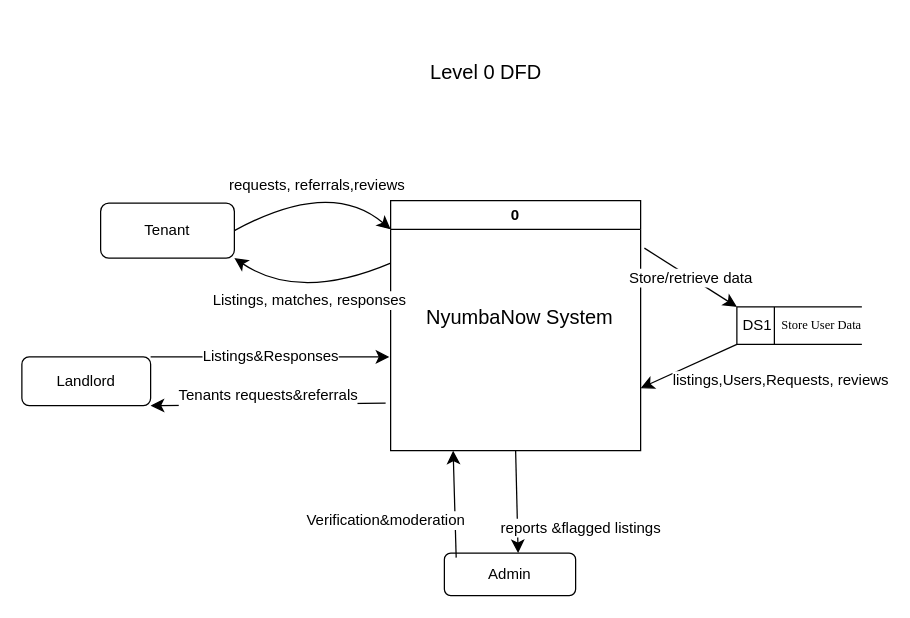
This is page "Page-5" (5 of 8) of NyumbaNow.drawio from Maygreat-A/PROJECT-NyumbaNow-, a draw.io file, before an edit. Source tidied: cells renumbered, new cells numbered last; positions are measured from the earlier drawing's top-left corner, leaving out a move shared by most shapes. Both pictures are drawn from the tidied source at 125%, with x=0, y=0 at pixel (21, 52).
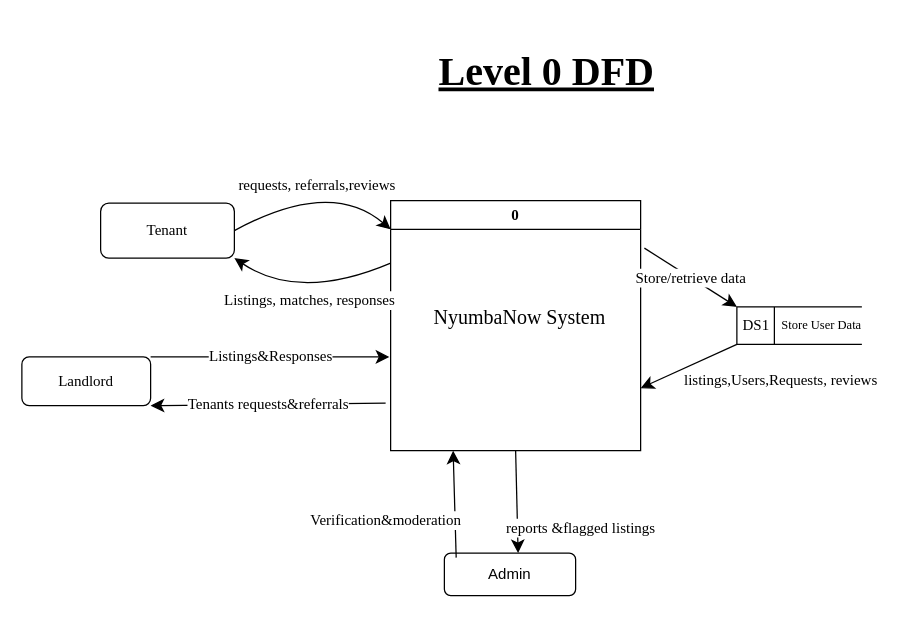
The same page after the edit.

The change refers to these unchanged cells:
```xml
<mxCell id="7" value="Admin" style="rounded=1;whiteSpace=wrap;html=1;" parent="1" vertex="1">
  <mxGeometry x="338" y="400" width="105" height="34" as="geometry" />
</mxCell>
```

Diff of the diagram source:
```diff
@@
-    <mxCell id="2" value="Listings&amp;amp;Responses" style="endArrow=classic;html=1;rounded=0;fontSize=12;startSize=8;endSize=8;curved=1;exitX=1;exitY=0;exitDx=0;exitDy=0;" parent="1" edge="1" source="6">
+    <mxCell id="2" value="&lt;font face=&quot;Times New Roman&quot;&gt;Listings&amp;amp;Responses&lt;/font&gt;" style="endArrow=classic;html=1;rounded=0;fontSize=12;startSize=8;endSize=8;curved=1;exitX=1;exitY=0;exitDx=0;exitDy=0;" parent="1" edge="1" source="6">
       <mxGeometry relative="1" as="geometry">
         <mxPoint x="294" y="243" as="targetPoint" />
       </mxGeometry>
     </mxCell>
-    <mxCell id="3" value="0" style="swimlane;whiteSpace=wrap;html=1;" parent="1" vertex="1">
+    <mxCell id="3" value="&lt;font face=&quot;Times New Roman&quot;&gt;0&lt;/font&gt;" style="swimlane;whiteSpace=wrap;html=1;" parent="1" vertex="1">
       <mxGeometry x="295" y="118" width="200" height="200" as="geometry" />
     </mxCell>
-    <mxCell id="4" value="NyumbaNow System" style="text;html=1;align=center;verticalAlign=middle;strokeColor=none;fillColor=none;fontSize=16;" parent="3" vertex="1">
-      <mxGeometry x="19" y="77" width="167" height="31" as="geometry" />
+    <mxCell id="4" value="&lt;font face=&quot;Times New Roman&quot;&gt;NyumbaNow System&lt;/font&gt;" style="text;html=1;align=center;verticalAlign=middle;strokeColor=none;fillColor=none;fontSize=16;" parent="3" vertex="1">
+      <mxGeometry x="25" y="77" width="155" height="31" as="geometry" />
     </mxCell>
-    <mxCell id="5" value="Tenant" style="rounded=1;whiteSpace=wrap;html=1;" parent="1" vertex="1">
+    <mxCell id="5" value="&lt;font face=&quot;Times New Roman&quot;&gt;Tenant&lt;/font&gt;" style="rounded=1;whiteSpace=wrap;html=1;" parent="1" vertex="1">
       <mxGeometry x="63" y="120" width="107" height="44" as="geometry" />
     </mxCell>
-    <mxCell id="6" value="Landlord" style="rounded=1;whiteSpace=wrap;html=1;" parent="1" vertex="1">
+    <mxCell id="6" value="&lt;font face=&quot;Times New Roman&quot;&gt;Landlord&lt;/font&gt;" style="rounded=1;whiteSpace=wrap;html=1;" parent="1" vertex="1">
       <mxGeometry y="243" width="103" height="39" as="geometry" />
     </mxCell>
@@
-    <mxCell id="8" value="DS1" style="html=1;dashed=0;whiteSpace=wrap;shape=mxgraph.dfd.dataStoreID;align=left;spacingLeft=3;points=[[0,0],[0.5,0],[1,0],[0,0.5],[1,0.5],[0,1],[0.5,1],[1,1]];" parent="1" vertex="1">
+    <mxCell id="8" value="&lt;font face=&quot;Times New Roman&quot;&gt;DS1&lt;/font&gt;" style="html=1;dashed=0;whiteSpace=wrap;shape=mxgraph.dfd.dataStoreID;align=left;spacingLeft=3;points=[[0,0],[0.5,0],[1,0],[0,0.5],[1,0.5],[0,1],[0.5,1],[1,1]];" parent="1" vertex="1">
       <mxGeometry x="572" y="203" width="100" height="30" as="geometry" />
     </mxCell>
-    <mxCell id="9" value="requests, referrals,reviews" style="endArrow=classic;html=1;rounded=0;fontSize=12;startSize=8;endSize=8;curved=1;exitX=1;exitY=0.5;exitDx=0;exitDy=0;entryX=0;entryY=0.115;entryDx=0;entryDy=0;entryPerimeter=0;" parent="1" edge="1" source="5" target="3">
+    <mxCell id="9" value="&lt;font face=&quot;Times New Roman&quot;&gt;requests, referrals,reviews&lt;/font&gt;" style="endArrow=classic;html=1;rounded=0;fontSize=12;startSize=8;endSize=8;curved=1;exitX=1;exitY=0.5;exitDx=0;exitDy=0;entryX=0;entryY=0.115;entryDx=0;entryDy=0;entryPerimeter=0;" parent="1" edge="1" source="5" target="3">
       <mxGeometry relative="1" as="geometry">
         <Array as="points">
           <mxPoint x="247" y="100" />
         </Array>
       </mxGeometry>
     </mxCell>
-    <mxCell id="10" value="Listings, matches, responses" style="endArrow=classic;html=1;rounded=0;fontSize=12;startSize=8;endSize=8;curved=1;entryX=1;entryY=1;entryDx=0;entryDy=0;exitX=0;exitY=0.25;exitDx=0;exitDy=0;" parent="1" edge="1" source="3" target="5">
+    <mxCell id="10" value="&lt;font face=&quot;Times New Roman&quot;&gt;Listings, matches, responses&lt;/font&gt;" style="endArrow=classic;html=1;rounded=0;fontSize=12;startSize=8;endSize=8;curved=1;entryX=1;entryY=1;entryDx=0;entryDy=0;exitX=0;exitY=0.25;exitDx=0;exitDy=0;" parent="1" edge="1" source="3" target="5">
       <mxGeometry y="2" relative="1" as="geometry">
         <Array as="points">
           <mxPoint x="222" y="199" />
         </Array>
       </mxGeometry>
     </mxCell>
-    <mxCell id="11" value="&#10;Tenants requests&amp;amp;referrals&#10;&#10;" style="endArrow=classic;html=1;rounded=0;fontSize=12;startSize=8;endSize=8;curved=1;entryX=1;entryY=1;entryDx=0;entryDy=0;" parent="1" edge="1" target="6">
+    <mxCell id="11" value="&lt;font face=&quot;Times New Roman&quot;&gt;&lt;br&gt;Tenants requests&amp;amp;referrals&lt;br&gt;&lt;br&gt;&lt;/font&gt;" style="endArrow=classic;html=1;rounded=0;fontSize=12;startSize=8;endSize=8;curved=1;entryX=1;entryY=1;entryDx=0;entryDy=0;" parent="1" edge="1" target="6">
       <mxGeometry relative="1" as="geometry">
         <mxPoint x="291" y="280" as="sourcePoint" />
       </mxGeometry>
     </mxCell>
-    <mxCell id="12" value="Verification&amp;amp;moderation" style="endArrow=classic;html=1;rounded=0;fontSize=12;startSize=8;endSize=8;curved=1;exitX=0.09;exitY=0.106;exitDx=0;exitDy=0;exitPerimeter=0;" parent="1" edge="1" source="7">
+    <mxCell id="12" value="&lt;font face=&quot;Times New Roman&quot;&gt;Verification&amp;amp;moderation&lt;/font&gt;" style="endArrow=classic;html=1;rounded=0;fontSize=12;startSize=8;endSize=8;curved=1;exitX=0.09;exitY=0.106;exitDx=0;exitDy=0;exitPerimeter=0;" parent="1" edge="1" source="7">
       <mxGeometry x="-0.27" y="56" relative="1" as="geometry">
         <mxPoint x="345" y="318" as="targetPoint" />
       </mxGeometry>
     </mxCell>
-    <mxCell id="13" value="reports &amp;amp;flagged listings" style="endArrow=classic;html=1;rounded=0;fontSize=12;startSize=8;endSize=8;curved=1;exitX=0.5;exitY=1;exitDx=0;exitDy=0;" parent="1" edge="1" source="3">
+    <mxCell id="13" value="&lt;font face=&quot;Times New Roman&quot;&gt;reports &amp;amp;flagged listings&lt;/font&gt;" style="endArrow=classic;html=1;rounded=0;fontSize=12;startSize=8;endSize=8;curved=1;exitX=0.5;exitY=1;exitDx=0;exitDy=0;" parent="1" edge="1" source="3">
       <mxGeometry x="0.54" y="50" relative="1" as="geometry">
         <mxPoint x="397" y="400" as="targetPoint" />
       </mxGeometry>
     </mxCell>
-    <mxCell id="14" value="Store/retrieve data" style="endArrow=classic;html=1;rounded=0;fontSize=12;startSize=8;endSize=8;curved=1;entryX=0;entryY=0;entryDx=0;entryDy=0;" parent="1" edge="1" target="8">
+    <mxCell id="14" value="&lt;font face=&quot;Times New Roman&quot;&gt;Store/retrieve data&lt;/font&gt;" style="endArrow=classic;html=1;rounded=0;fontSize=12;startSize=8;endSize=8;curved=1;entryX=0;entryY=0;entryDx=0;entryDy=0;" parent="1" edge="1" target="8">
       <mxGeometry relative="1" as="geometry">
         <mxPoint x="498" y="156" as="sourcePoint" />
       </mxGeometry>
     </mxCell>
-    <mxCell id="15" value="listings,Users,Requests, reviews" style="endArrow=classic;html=1;rounded=0;fontSize=12;startSize=8;endSize=8;curved=1;entryX=1;entryY=0.75;entryDx=0;entryDy=0;exitX=0;exitY=1;exitDx=0;exitDy=0;" parent="1" edge="1" source="8" target="3">
+    <mxCell id="15" value="&lt;font face=&quot;Times New Roman&quot;&gt;listings,Users,Requests, reviews&lt;/font&gt;" style="endArrow=classic;html=1;rounded=0;fontSize=12;startSize=8;endSize=8;curved=1;entryX=1;entryY=0.75;entryDx=0;entryDy=0;exitX=0;exitY=1;exitDx=0;exitDy=0;" parent="1" edge="1" source="8" target="3">
       <mxGeometry x="-1" y="45" relative="1" as="geometry">
         <mxPoint x="16" y="-12" as="offset" />
       </mxGeometry>
     </mxCell>
-    <mxCell id="16" value="Level 0 DFD" style="text;strokeColor=none;fillColor=none;html=1;align=center;verticalAlign=middle;whiteSpace=wrap;rounded=0;fontSize=16;" parent="1" vertex="1">
-      <mxGeometry x="306" width="131" height="30" as="geometry" />
+    <mxCell id="16" value="&lt;h1&gt;&lt;u&gt;&lt;font face=&quot;Times New Roman&quot;&gt;&lt;b&gt;Level 0 DFD&lt;/b&gt;&lt;/font&gt;&lt;/u&gt;&lt;/h1&gt;" style="text;strokeColor=none;fillColor=none;html=1;align=center;verticalAlign=middle;whiteSpace=wrap;rounded=0;fontSize=16;" parent="1" vertex="1">
+      <mxGeometry x="306" width="228" height="30" as="geometry" />
     </mxCell>
```
